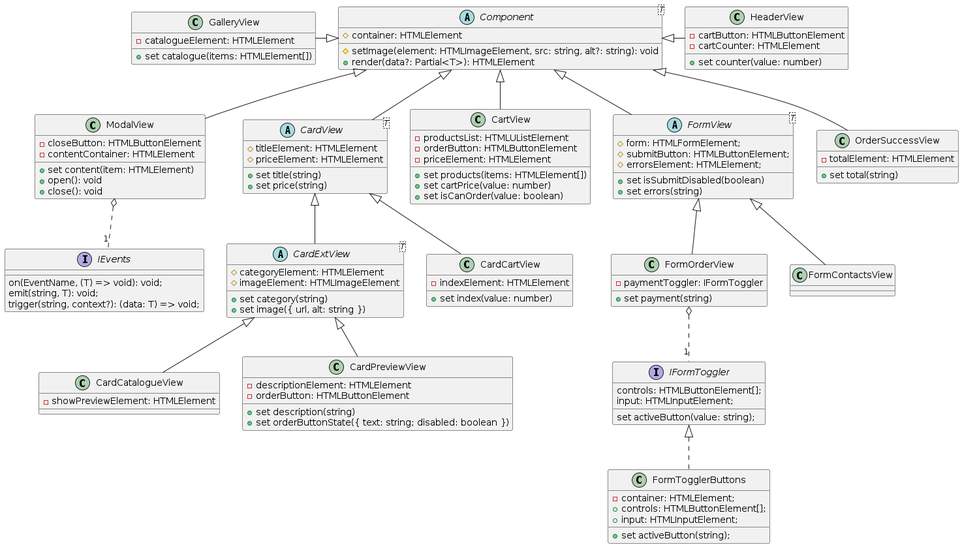
Mishbazian/weblarek keeps this PlantUML diagram as ViewClassesDiagram.png. Above is the earlier version.
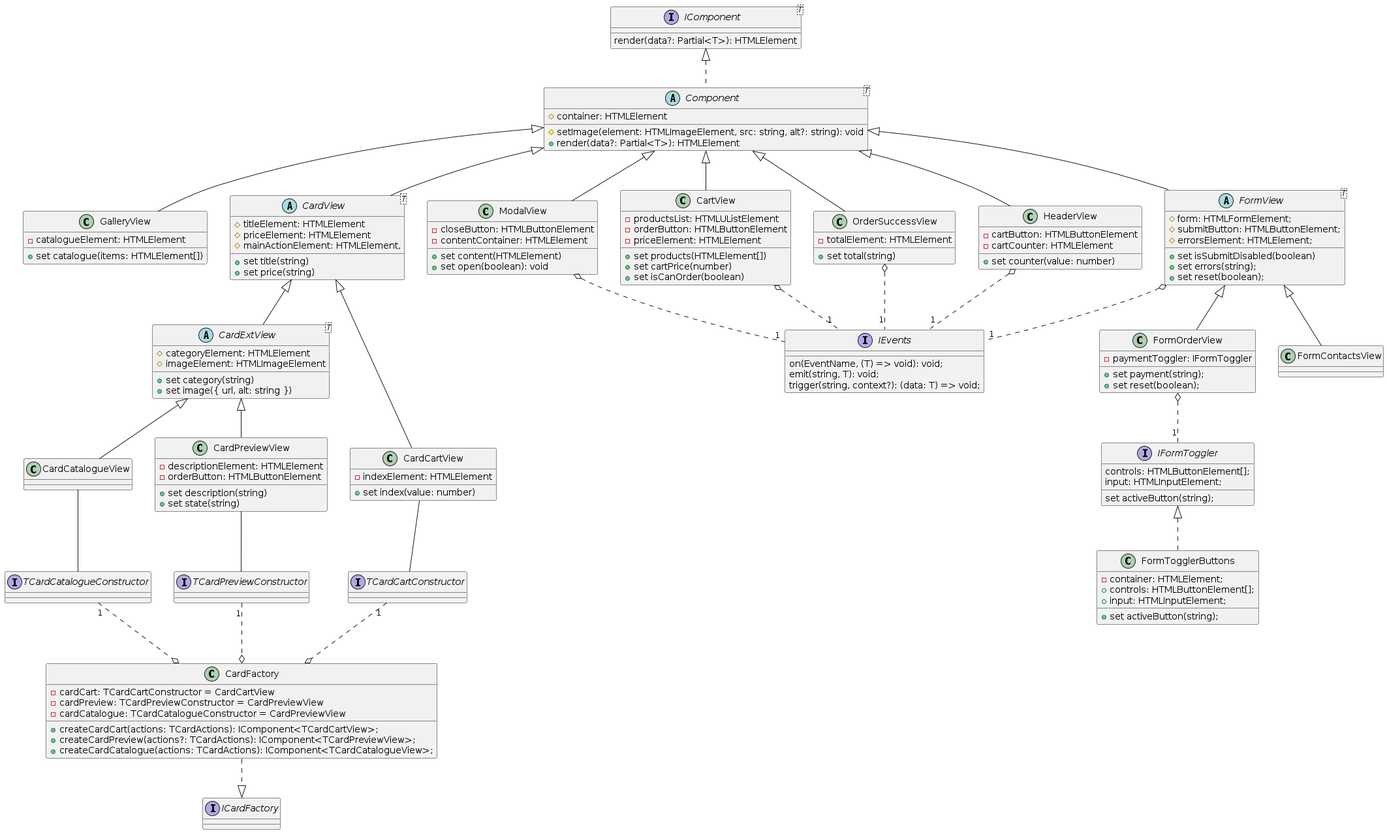
After the change.

Commit message:
docs(uml): updatediagram

Change to the diagram source:
```diff
@@ -1,8 +1,20 @@
 @startuml ViewClassesDiagram
 
 
+ together {
+   class CardView
+   class GalleryView
+ }
 
-abstract class Component<T> {
+ together {
+   class FormView
+   class HeaderView
+ }
+
+interface IComponent<T> {
+  render(data?: Partial<T>): HTMLElement
+}
+abstract class Component<T> implements IComponent{
   # container: HTMLElement
   # setImage(element: HTMLImageElement, src: string, alt?: string): void
   + render(data?: Partial<T>): HTMLElement
@@ -13,28 +25,28 @@
   -cartCounter: HTMLElement
   + set counter(value: number)
 }
-HeaderView -left-|> Component
+
 
 
 class GalleryView {
   -catalogueElement: HTMLElement
   + set catalogue(items: HTMLElement[])
 }
-GalleryView -right-|> Component
+
 
 
 class ModalView extends Component {
   -closeButton: HTMLButtonElement
   -contentContainer: HTMLElement
-  + set content(item: HTMLElement)
-  + open(): void
-  + close(): void
+  + set content(HTMLElement)
+  + set open(boolean): void
 }
 
 
 abstract class CardView<T> extends Component {
   #titleElement: HTMLElement
   #priceElement: HTMLElement
+  #mainActionElement: HTMLElement,
 
   + set title(string)
   + set price(string)
@@ -50,7 +62,6 @@
 }
 
 class CardCatalogueView extends CardExtView {
-  -showPreviewElement: HTMLElement
 }
 
 
@@ -60,7 +71,7 @@
   -orderButton: HTMLButtonElement
 
   + set description(string)
-  + set orderButtonState({ text: string; disabled: boolean })
+  + set state(string)
 }
 
 
@@ -74,9 +85,9 @@
   -productsList: HTMLUListElement
   -orderButton: HTMLButtonElement
   -priceElement: HTMLElement
-  + set products(items: HTMLElement[])
-  + set cartPrice(value: number)
-  + set isCanOrder(value: boolean)
+  + set products(HTMLElement[])
+  + set cartPrice(number)
+  + set isCanOrder(boolean)
 }
 
 
@@ -90,7 +101,7 @@
 interface IFormToggler {
   controls: HTMLButtonElement[];
   input: HTMLInputElement;
-  set activeButton(value: string);
+  set activeButton(string);
 }
 
 
@@ -100,15 +111,16 @@
   #submitButton: HTMLButtonElement;
   #errorsElement: HTMLElement;
   +set isSubmitDisabled(boolean)
-  +set errors(string)
+  +set errors(string);
+  +set reset(boolean);
 }
 
 class FormOrderView extends FormView {
   -paymentToggler: IFormToggler
-  + set payment(string)
+  + set payment(string);
+  + set reset(boolean);
 }
 
-FormOrderView o.."1" IFormToggler
 
 class FormContactsView extends FormView {
 }
@@ -125,6 +137,38 @@
     trigger(string, context?): (data: T) => void;
 }
 
+
+class CardFactory {
+        - cardCart: TCardCartConstructor = CardCartView
+        - cardPreview: TCardPreviewConstructor = CardPreviewView
+        - cardCatalogue: TCardCatalogueConstructor = CardPreviewView
+    + createCardCart(actions: TCardActions): IComponent<TCardCartView>;
+    + createCardPreview(actions?: TCardActions): IComponent<TCardPreviewView>;
+    +createCardCatalogue(actions: TCardActions): IComponent<TCardCatalogueView>;
+
+}
+
+interface TCardCartConstructor
+interface TCardPreviewConstructor
+interface TCardCatalogueConstructor
+interface ICardFactory
+
+HeaderView --|> Component
+GalleryView --|> Component
+
+FormOrderView o.."1" IFormToggler
 ModalView o.."1" IEvents
+HeaderView o.."1" IEvents
+FormView o.."1" IEvents
+CartView o.."1" IEvents
+OrderSuccessView o.."1" IEvents
+
+CardFactory o.up."1" TCardCartConstructor
+CardFactory o.up."1" TCardPreviewConstructor
+CardFactory o.up."1" TCardCatalogueConstructor
+CardFactory ..|>ICardFactory
+CardCartView -- TCardCartConstructor
+CardPreviewView -- TCardPreviewConstructor
+CardCatalogueView -- TCardCatalogueConstructor
 
 @enduml
```
